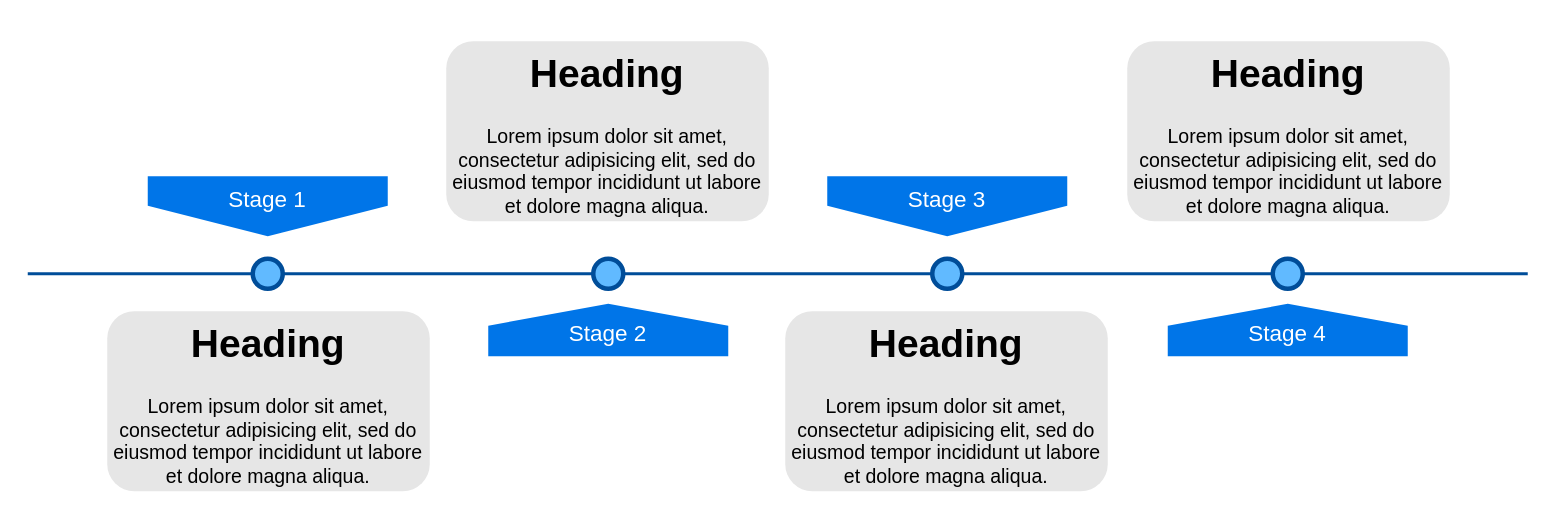
The draw.io diagram Factory_Flow_Diagram.drawio in murugesan-narayan/design-resources-for-developers, before the edit. Source tidied: cells renumbered, new cells numbered last; positions are measured from the earlier drawing's top-left corner, leaving out a move shared by most shapes. Both pictures are drawn from the tidied source at 150%, with x=0, y=0 at pixel (27, 40).
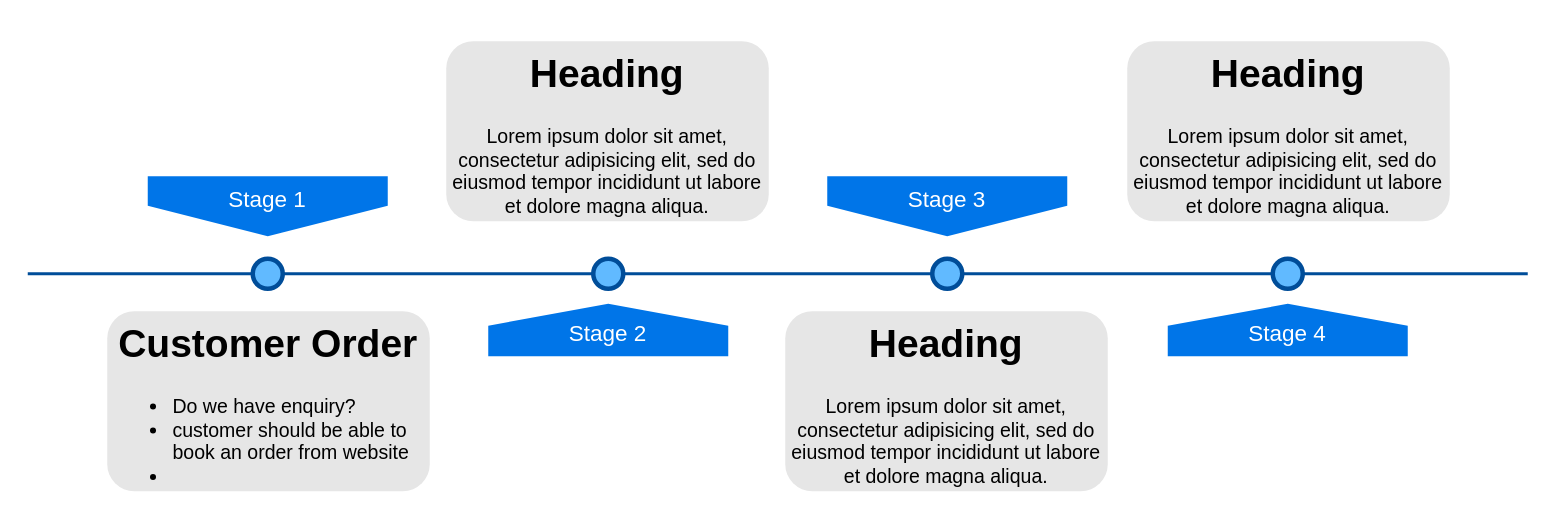
The same diagram, later.

What changed in the source:
```diff
@@
 <mxGraphModel>
   <root>
     <mxCell id="0" />
     <mxCell id="1" parent="0" />
     <mxCell id="2" style="line;strokeWidth=2;html=1;fillColor=none;fontSize=28;fontColor=#004D99;strokeColor=#004D99;" parent="1" vertex="1">
       <mxGeometry y="150" width="1000" height="10" as="geometry" />
     </mxCell>
     <mxCell id="3" value="Stage 1" style="shape=offPageConnector;whiteSpace=wrap;html=1;fillColor=#0075E8;fontSize=15;fontColor=#FFFFFF;size=0.5093750000000015;verticalAlign=top;strokeColor=none;" parent="1" vertex="1">
       <mxGeometry x="80" y="90" width="160" height="40" as="geometry" />
     </mxCell>
     <mxCell id="4" value="&lt;span&gt;Stage 3&lt;/span&gt;" style="shape=offPageConnector;whiteSpace=wrap;html=1;fillColor=#0075E8;fontSize=15;fontColor=#FFFFFF;size=0.5093750000000015;verticalAlign=top;strokeColor=none;" parent="1" vertex="1">
       <mxGeometry x="533" y="90" width="160" height="40" as="geometry" />
     </mxCell>
     <mxCell id="5" value="&lt;span&gt;Stage 2&lt;/span&gt;" style="shape=offPageConnector;whiteSpace=wrap;html=1;fillColor=#0075E8;fontSize=15;fontColor=#FFFFFF;size=0.4178571428571445;flipV=1;verticalAlign=bottom;strokeColor=none;spacingBottom=4;" parent="1" vertex="1">
       <mxGeometry x="307" y="175" width="160" height="35" as="geometry" />
     </mxCell>
     <mxCell id="6" value="&lt;span&gt;Stage 4&lt;/span&gt;" style="shape=offPageConnector;whiteSpace=wrap;html=1;fillColor=#0075E8;fontSize=15;fontColor=#FFFFFF;size=0.4178571428571445;flipV=1;verticalAlign=bottom;strokeColor=none;spacingBottom=4;" parent="1" vertex="1">
       <mxGeometry x="760" y="175" width="160" height="35" as="geometry" />
     </mxCell>
     <mxCell id="7" style="ellipse;whiteSpace=wrap;html=1;fillColor=#61BAFF;fontSize=28;fontColor=#004D99;strokeWidth=3;strokeColor=#004D99;" parent="1" vertex="1">
       <mxGeometry x="150" y="145" width="20" height="20" as="geometry" />
     </mxCell>
     <mxCell id="8" style="ellipse;whiteSpace=wrap;html=1;fillColor=#61BAFF;fontSize=28;fontColor=#004D99;strokeWidth=3;strokeColor=#004D99;" parent="1" vertex="1">
       <mxGeometry x="377" y="145" width="20" height="20" as="geometry" />
     </mxCell>
     <mxCell id="9" style="ellipse;whiteSpace=wrap;html=1;fillColor=#61BAFF;fontSize=28;fontColor=#004D99;strokeWidth=3;strokeColor=#004D99;" parent="1" vertex="1">
       <mxGeometry x="603" y="145" width="20" height="20" as="geometry" />
     </mxCell>
     <mxCell id="10" style="ellipse;whiteSpace=wrap;html=1;fillColor=#61BAFF;fontSize=28;fontColor=#004D99;strokeWidth=3;strokeColor=#004D99;" parent="1" vertex="1">
       <mxGeometry x="830" y="145" width="20" height="20" as="geometry" />
     </mxCell>
-    <mxCell id="11" value="&lt;h1&gt;Heading&lt;/h1&gt;&lt;p&gt;Lorem ipsum dolor sit amet, consectetur adipisicing elit, sed do eiusmod tempor incididunt ut labore et dolore magna aliqua.&lt;/p&gt;" style="text;html=1;spacing=5;spacingTop=-20;whiteSpace=wrap;overflow=hidden;strokeColor=none;strokeWidth=3;fillColor=#E6E6E6;fontSize=13;fontColor=#000000;align=center;rounded=1;" parent="1" vertex="1">
+    <mxCell id="11" value="&lt;h1&gt;Customer Order&lt;/h1&gt;&lt;p style=&quot;text-align: left;&quot;&gt;&lt;/p&gt;&lt;ul&gt;&lt;li style=&quot;text-align: left;&quot;&gt;Do we have enquiry?&lt;/li&gt;&lt;li style=&quot;text-align: left;&quot;&gt;&lt;span style=&quot;background-color: initial;&quot;&gt;customer should be able to book an order from website&lt;/span&gt;&lt;/li&gt;&lt;li style=&quot;text-align: left;&quot;&gt;&lt;span style=&quot;background-color: initial;&quot;&gt;&lt;br&gt;&lt;/span&gt;&lt;/li&gt;&lt;/ul&gt;&lt;p&gt;&lt;/p&gt;" style="text;html=1;spacing=5;spacingTop=-20;whiteSpace=wrap;overflow=hidden;strokeColor=none;strokeWidth=3;fillColor=#E6E6E6;fontSize=13;fontColor=#000000;align=center;rounded=1;" parent="1" vertex="1">
       <mxGeometry x="53" y="180" width="215" height="120" as="geometry" />
     </mxCell>
     <mxCell id="12" value="&lt;h1&gt;Heading&lt;/h1&gt;&lt;p&gt;Lorem ipsum dolor sit amet, consectetur adipisicing elit, sed do eiusmod tempor incididunt ut labore et dolore magna aliqua.&lt;/p&gt;" style="text;html=1;spacing=5;spacingTop=-20;whiteSpace=wrap;overflow=hidden;strokeColor=none;strokeWidth=3;fillColor=#E6E6E6;fontSize=13;fontColor=#000000;align=center;rounded=1;" parent="1" vertex="1">
       <mxGeometry x="279" width="215" height="120" as="geometry" />
     </mxCell>
     <mxCell id="13" value="&lt;h1&gt;Heading&lt;/h1&gt;&lt;p&gt;Lorem ipsum dolor sit amet, consectetur adipisicing elit, sed do eiusmod tempor incididunt ut labore et dolore magna aliqua.&lt;/p&gt;" style="text;html=1;spacing=5;spacingTop=-20;whiteSpace=wrap;overflow=hidden;strokeColor=none;strokeWidth=3;fillColor=#E6E6E6;fontSize=13;fontColor=#000000;align=center;rounded=1;" parent="1" vertex="1">
       <mxGeometry x="505" y="180" width="215" height="120" as="geometry" />
     </mxCell>
     <mxCell id="14" value="&lt;h1&gt;Heading&lt;/h1&gt;&lt;p&gt;Lorem ipsum dolor sit amet, consectetur adipisicing elit, sed do eiusmod tempor incididunt ut labore et dolore magna aliqua.&lt;/p&gt;" style="text;html=1;spacing=5;spacingTop=-20;whiteSpace=wrap;overflow=hidden;strokeColor=none;strokeWidth=3;fillColor=#E6E6E6;fontSize=13;fontColor=#000000;align=center;rounded=1;" parent="1" vertex="1">
       <mxGeometry x="733" width="215" height="120" as="geometry" />
     </mxCell>
   </root>
 </mxGraphModel>
```
